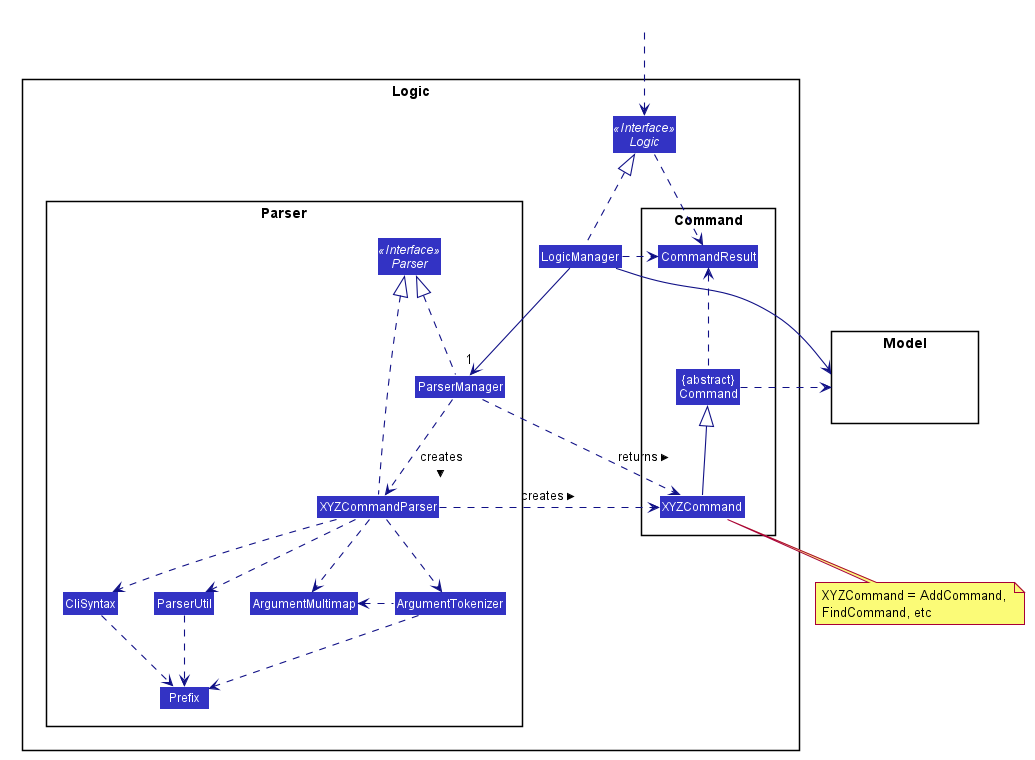
This is docs/images/LogicClassDiagram.png from nus-cs2103-AY1920S2/addressbook-level3, a PlantUML export, as it was before one commit.
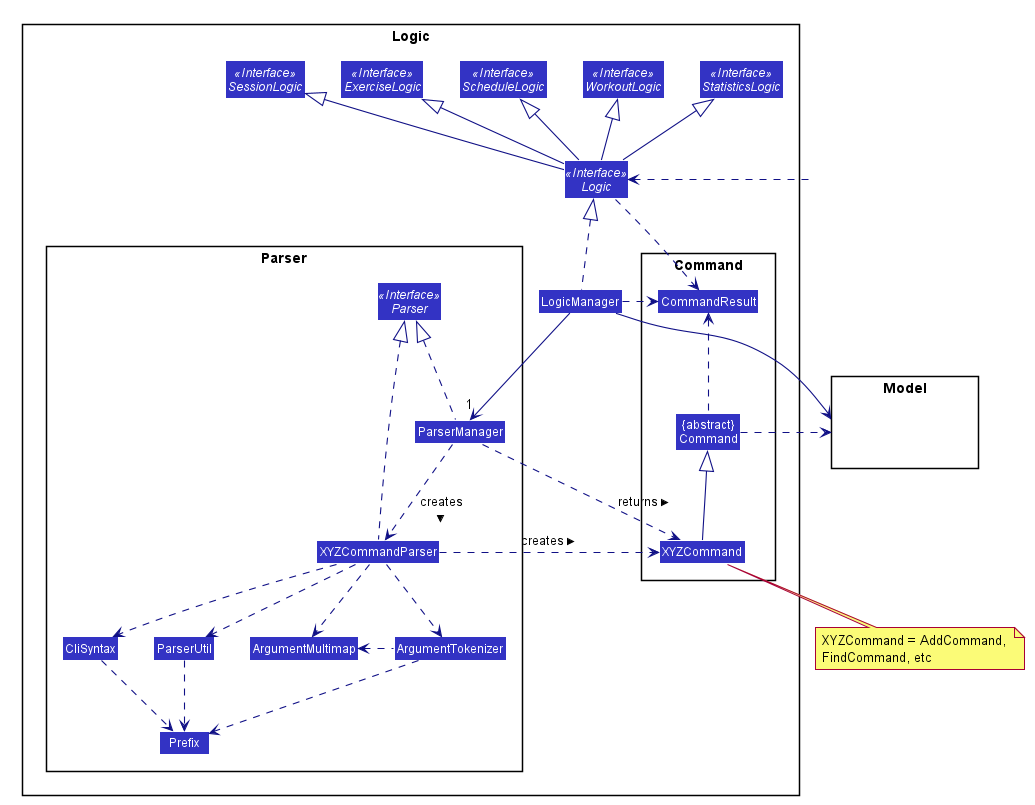
The same diagram one commit later.

Commit message:
edit Logic, Model and Storage Class Diagrams

Diff of the diagram source:
```diff
@@ -54,25 +54,30 @@
 skinparam classBackgroundColor #3333C4
 
 package Logic {
+    package Parser {
+        Interface Parser <<Interface>>
+        Class ParserManager
+        Class XYZCommandParser
+        Class CliSyntax
+        Class ParserUtil
+        Class ArgumentMultimap
+        Class ArgumentTokenizer
+        Class Prefix
+    }
 
-package Parser {
-    Interface Parser <<Interface>>
-    Class ParserManager
-    Class XYZCommandParser
-    Class CliSyntax
-    Class ParserUtil
-    Class ArgumentMultimap
-    Class ArgumentTokenizer
-    Class Prefix
-}
+    package Command {
+        Class XYZCommand
+        Class CommandResult
+        Class "{abstract}\nCommand" as Command
+    }
 
-package Command {
-    Class XYZCommand
-    Class CommandResult
-    Class "{abstract}\nCommand" as Command
-}
+    Interface Logic <<Interface>>
+    Interface SessionLogic <<Interface>>
+    Interface ExerciseLogic <<Interface>>
+    Interface ScheduleLogic <<Interface>>
+    Interface WorkoutLogic <<Interface>>
+    Interface StatisticsLogic <<Interface>>
 
-Interface Logic <<Interface>>
     Class LogicManager
 }
 
@@ -81,7 +86,14 @@
 }
 
 Class HiddenOutside #FFFFFF
-HiddenOutside ..> Logic
+HiddenOutside .left.> Logic
+
+Logic -up-|> SessionLogic
+Logic -up-|> ExerciseLogic
+Logic -up-|> ScheduleLogic
+Logic -up-|> WorkoutLogic
+Logic -up-|> StatisticsLogic
+
 Logic ..> CommandResult
 LogicManager .up.|> Logic
 LogicManager -->"1" ParserManager
```
